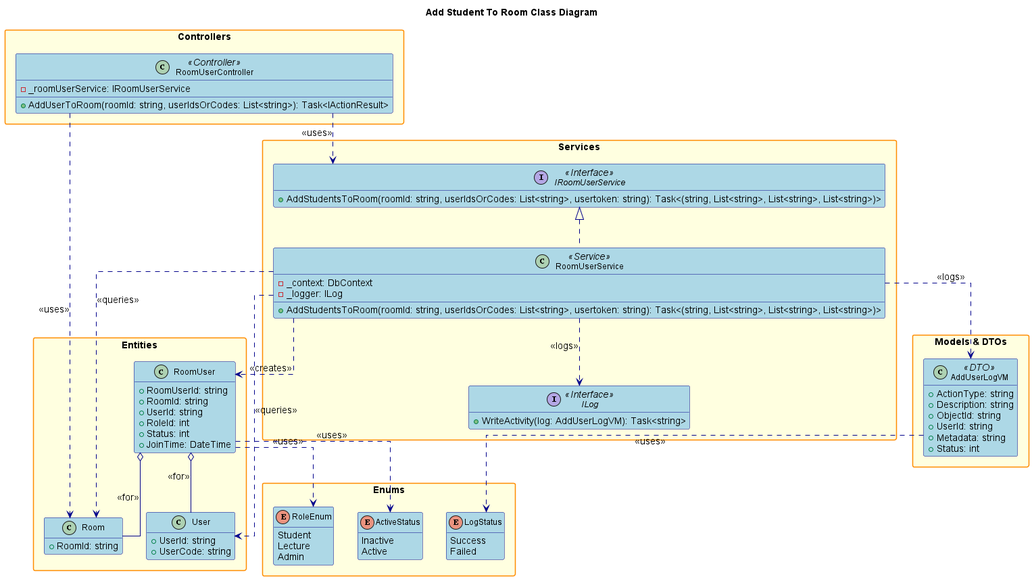
The PlantUML diagram design/out/addusertoroom/addusertoroom.png in conghoan1211/AI-Kiosk-Testing-system, before a commit.
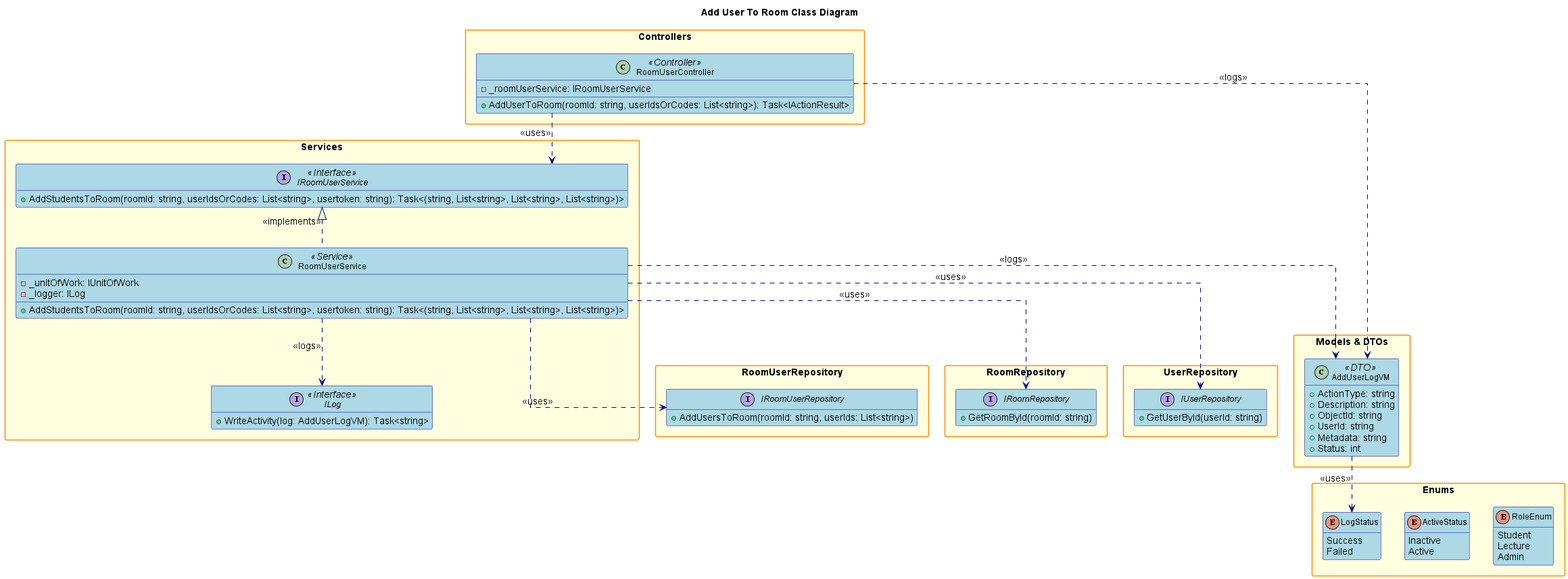
After the commit.

Diff of the diagram source:
```diff
@@ -1,6 +1,4 @@
 @startuml
-
-title Add Student To Room Class Diagram
 
 hide empty members
 skinparam packageStyle rectangle
@@ -25,7 +23,6 @@
     FontSize 14
     FontStyle bold
 }
-
 skinparam interface {
     BackgroundColor LightGreen
     BorderColor DarkGreen
@@ -37,6 +34,8 @@
     BorderColor DarkCyan
     FontSize 12
 }
+
+title Add User To Room Class Diagram
 
 package "Controllers" {
     class RoomUserController <<Controller>> {
@@ -50,12 +49,28 @@
         + AddStudentsToRoom(roomId: string, userIdsOrCodes: List<string>, usertoken: string): Task<(string, List<string>, List<string>, List<string>)>
     }
     class RoomUserService <<Service>> {
-        - _context: DbContext
+        - _unitOfWork: IUnitOfWork
         - _logger: ILog
         + AddStudentsToRoom(roomId: string, userIdsOrCodes: List<string>, usertoken: string): Task<(string, List<string>, List<string>, List<string>)>
     }
     interface ILog <<Interface>> {
         + WriteActivity(log: AddUserLogVM): Task<string>
+    }
+}
+
+package "RoomUserRepository" {
+    interface IRoomUserRepository {
+        + AddUsersToRoom(roomId: string, userIds: List<string>)
+    }
+}
+package "RoomRepository" {
+    interface IRoomRepository {
+        + GetRoomById(roomId: string)
+    }
+}
+package "UserRepository" {
+    interface IUserRepository {
+        + GetUserById(userId: string)
     }
 }
 
@@ -67,24 +82,6 @@
         + UserId: string
         + Metadata: string
         + Status: int
-    }
-}
-
-package "Entities" {
-    class RoomUser {
-        + RoomUserId: string
-        + RoomId: string
-        + UserId: string
-        + RoleId: int
-        + Status: int
-        + JoinTime: DateTime
-    }
-    class Room {
-        + RoomId: string
-    }
-    class User {
-        + UserId: string
-        + UserCode: string
     }
 }
 
@@ -105,17 +102,13 @@
 }
 
 RoomUserController ..> IRoomUserService : <<uses>>
-RoomUserController ..> Room : <<uses>>
-IRoomUserService <|.. RoomUserService
-RoomUserService ..> RoomUser : <<creates>>
-RoomUserService ..> Room : <<queries>>
-RoomUserService ..> User : <<queries>>
+RoomUserController ..> AddUserLogVM : <<logs>>
+IRoomUserService <|.. RoomUserService : <<implements>>
+RoomUserService ..> IRoomUserRepository : <<uses>>
+RoomUserService ..> IRoomRepository : <<uses>>
+RoomUserService ..> IUserRepository : <<uses>>
 RoomUserService ..> ILog : <<logs>>
 RoomUserService ..> AddUserLogVM : <<logs>>
-RoomUser o-- Room : <<for>>
-RoomUser o-- User : <<for>>
-RoomUser ..> RoleEnum : <<uses>>
-RoomUser ..> ActiveStatus : <<uses>>
 AddUserLogVM ..> LogStatus : <<uses>>
 
 @enduml
```
